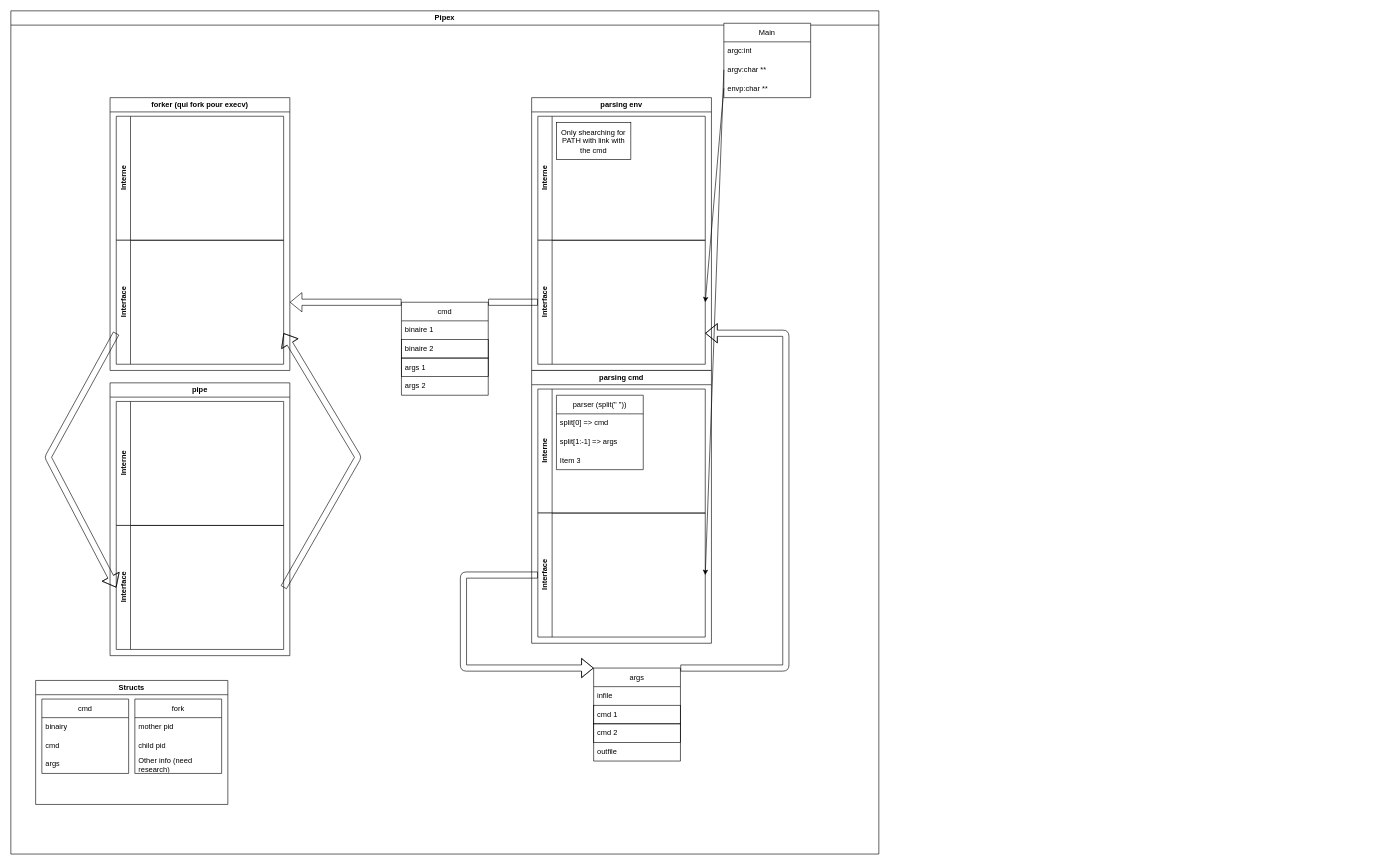
The draw.io diagram rank-2/pipex/pipex.drawio in Chahalor/40-to-home, before the edit. Source tidied: cells renumbered, new cells numbered last; positions are measured from the earlier drawing's top-left corner, leaving out a move shared by most shapes. Both pictures are drawn from the tidied source at 62%, with x=0, y=0 at pixel (11, 11).
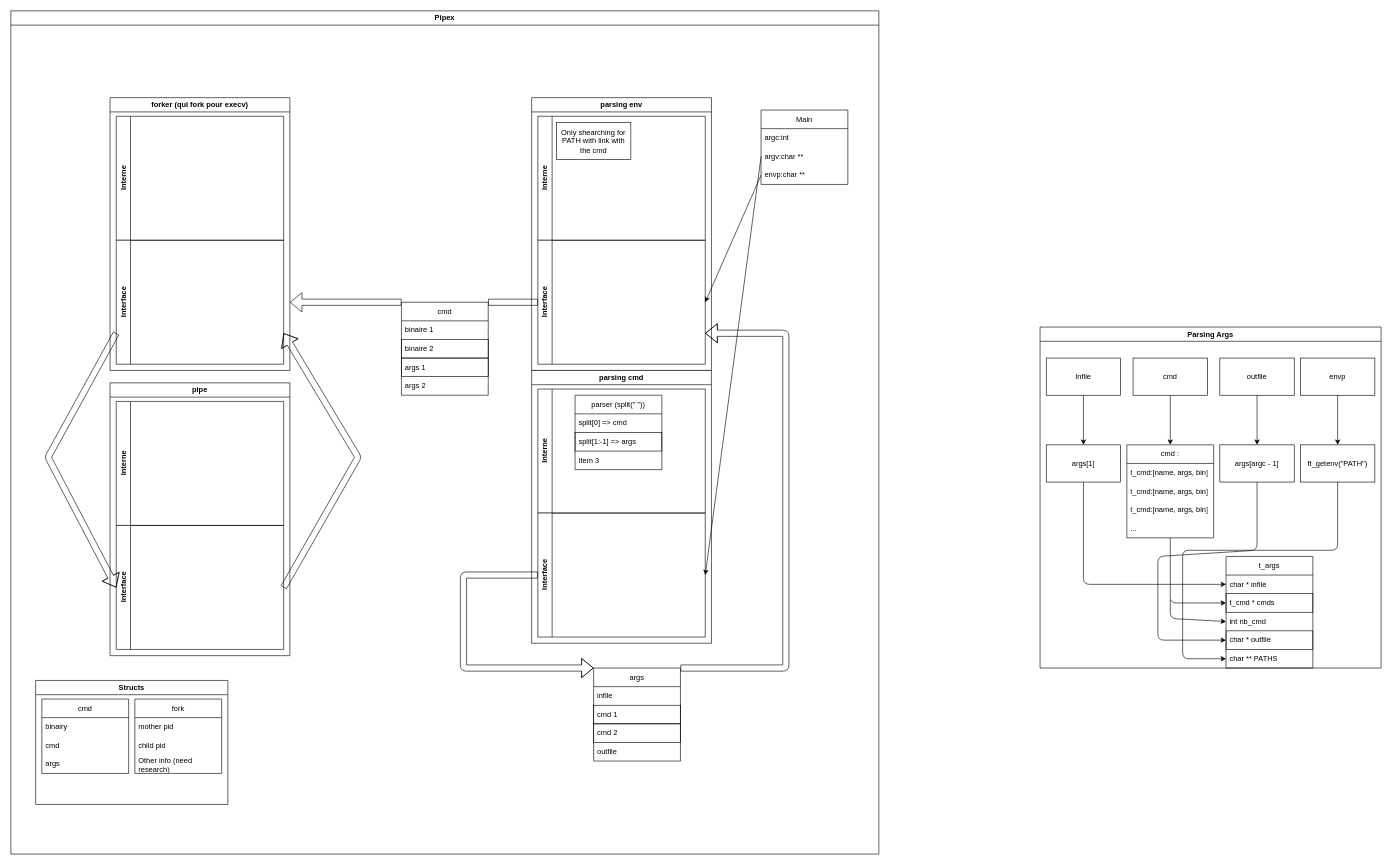
The same page after the edit.

The change refers to these unchanged cells:
```xml
<mxCell id="2" value="Pipex" style="swimlane;whiteSpace=wrap;html=1;" parent="1" vertex="1">
  <mxGeometry width="1400" height="1360" as="geometry" />
</mxCell>
<mxCell id="12" value="Interne" style="swimlane;horizontal=0;whiteSpace=wrap;html=1;" parent="11" vertex="1">
  <mxGeometry x="10" y="30" width="270" height="200" as="geometry" />
</mxCell>
```

Diff of the diagram source:
```diff
@@
     <mxCell id="3" value="Main" style="swimlane;fontStyle=0;horizontal=1;startSize=30;whiteSpace=wrap;html=1;" parent="2" vertex="1">
-      <mxGeometry x="1150" y="20" width="140" height="120" as="geometry" />
+      <mxGeometry x="1210" y="160" width="140" height="120" as="geometry" />
     </mxCell>
@@
     <mxCell id="13" value="parser (split(&quot; &quot;))" style="swimlane;fontStyle=0;horizontal=1;startSize=30;whiteSpace=wrap;html=1;" parent="12" vertex="1">
-      <mxGeometry x="30" y="10" width="140" height="120" as="geometry" />
+      <mxGeometry x="60" y="10" width="140" height="120" as="geometry" />
     </mxCell>
@@
-    <mxCell id="15" value="split[1:-1] =&amp;gt; args" style="text;strokeColor=none;fillColor=none;align=left;verticalAlign=middle;spacingLeft=4;spacingRight=4;overflow=hidden;whiteSpace=wrap;html=1;" parent="13" vertex="1">
+    <mxCell id="15" value="split[1:-1] =&amp;gt; args" style="text;strokeColor=default;fillColor=none;align=left;verticalAlign=middle;spacingLeft=4;spacingRight=4;overflow=hidden;whiteSpace=wrap;html=1;" parent="13" vertex="1">
       <mxGeometry y="60" width="140" height="30" as="geometry" />
     </mxCell>
@@
+    <mxCell id="51" value="Parsing Args" style="swimlane;whiteSpace=wrap;html=1;strokeColor=default;" parent="1" vertex="1">
+      <mxGeometry x="1660" y="510" width="550" height="550" as="geometry" />
+    </mxCell>
+    <mxCell id="52" style="edgeStyle=none;html=1;" parent="51" edge="1" source="53" target="59">
+      <mxGeometry relative="1" as="geometry" />
+    </mxCell>
+    <mxCell id="53" value="Infile" style="rounded=0;whiteSpace=wrap;html=1;strokeColor=default;" parent="51" vertex="1">
+      <mxGeometry x="10" y="50" width="120" height="60" as="geometry" />
+    </mxCell>
+    <mxCell id="54" style="edgeStyle=none;html=1;entryX=0.5;entryY=0;entryDx=0;entryDy=0;" parent="51" edge="1" source="55" target="63">
+      <mxGeometry relative="1" as="geometry" />
+    </mxCell>
+    <mxCell id="55" value="cmd" style="rounded=0;whiteSpace=wrap;html=1;strokeColor=default;" parent="51" vertex="1">
+      <mxGeometry x="150" y="50" width="120" height="60" as="geometry" />
+    </mxCell>
+    <mxCell id="56" style="edgeStyle=none;html=1;" parent="51" edge="1" source="57" target="61">
+      <mxGeometry relative="1" as="geometry" />
+    </mxCell>
+    <mxCell id="57" value="outfile" style="rounded=0;whiteSpace=wrap;html=1;strokeColor=default;" parent="51" vertex="1">
+      <mxGeometry x="290" y="50" width="120" height="60" as="geometry" />
+    </mxCell>
+    <mxCell id="58" style="edgeStyle=none;html=1;entryX=0;entryY=0.5;entryDx=0;entryDy=0;" parent="51" edge="1" source="59" target="73">
+      <mxGeometry relative="1" as="geometry">
+        <Array as="points">
+          <mxPoint x="70" y="415" />
+        </Array>
+      </mxGeometry>
+    </mxCell>
+    <mxCell id="59" value="args[1]" style="rounded=0;whiteSpace=wrap;html=1;strokeColor=default;" parent="51" vertex="1">
+      <mxGeometry x="10" y="190" width="120" height="60" as="geometry" />
+    </mxCell>
+    <mxCell id="60" style="edgeStyle=none;html=1;entryX=0;entryY=0.5;entryDx=0;entryDy=0;" parent="51" edge="1" source="61" target="76">
+      <mxGeometry relative="1" as="geometry">
+        <Array as="points">
+          <mxPoint x="350" y="360" />
+          <mxPoint x="190" y="370" />
+          <mxPoint x="190" y="505" />
+        </Array>
+      </mxGeometry>
+    </mxCell>
+    <mxCell id="61" value="args[argc - 1]" style="whiteSpace=wrap;html=1;rounded=0;" parent="51" vertex="1">
+      <mxGeometry x="290" y="190" width="120" height="60" as="geometry" />
+    </mxCell>
+    <mxCell id="62" style="edgeStyle=none;html=1;entryX=0;entryY=0.5;entryDx=0;entryDy=0;" parent="51" edge="1" source="63" target="74">
+      <mxGeometry relative="1" as="geometry">
+        <Array as="points">
+          <mxPoint x="210" y="445" />
+        </Array>
+      </mxGeometry>
+    </mxCell>
+    <mxCell id="63" value="cmd :" style="swimlane;fontStyle=0;horizontal=1;startSize=30;whiteSpace=wrap;html=1;strokeColor=default;" parent="51" vertex="1">
+      <mxGeometry x="140" y="190" width="140" height="150" as="geometry" />
+    </mxCell>
+    <mxCell id="64" value="t_cmd:[name, args, bin]" style="text;strokeColor=none;fillColor=none;align=left;verticalAlign=middle;spacingLeft=4;spacingRight=4;overflow=hidden;whiteSpace=wrap;html=1;" parent="63" vertex="1">
+      <mxGeometry y="30" width="140" height="30" as="geometry" />
+    </mxCell>
+    <mxCell id="65" value="t_cmd:[name, args, bin]" style="text;strokeColor=none;fillColor=none;align=left;verticalAlign=middle;spacingLeft=4;spacingRight=4;overflow=hidden;whiteSpace=wrap;html=1;" parent="63" vertex="1">
+      <mxGeometry y="60" width="140" height="30" as="geometry" />
+    </mxCell>
+    <mxCell id="66" value="t_cmd:[name, args, bin]" style="text;strokeColor=none;fillColor=none;align=left;verticalAlign=middle;spacingLeft=4;spacingRight=4;overflow=hidden;whiteSpace=wrap;html=1;" parent="63" vertex="1">
+      <mxGeometry y="90" width="140" height="30" as="geometry" />
+    </mxCell>
+    <mxCell id="67" value="..." style="text;strokeColor=none;fillColor=none;align=left;verticalAlign=middle;spacingLeft=4;spacingRight=4;overflow=hidden;whiteSpace=wrap;html=1;" parent="63" vertex="1">
+      <mxGeometry y="120" width="140" height="30" as="geometry" />
+    </mxCell>
+    <mxCell id="68" style="edgeStyle=none;html=1;" parent="51" edge="1" source="69" target="71">
+      <mxGeometry relative="1" as="geometry" />
+    </mxCell>
+    <mxCell id="69" value="envp" style="rounded=0;whiteSpace=wrap;html=1;strokeColor=default;" parent="51" vertex="1">
+      <mxGeometry x="420" y="50" width="120" height="60" as="geometry" />
+    </mxCell>
+    <mxCell id="70" style="edgeStyle=none;html=1;entryX=0;entryY=0.5;entryDx=0;entryDy=0;" parent="51" edge="1" source="71" target="77">
+      <mxGeometry relative="1" as="geometry">
+        <Array as="points">
+          <mxPoint x="480" y="360" />
+          <mxPoint x="230" y="360" />
+          <mxPoint x="230" y="535" />
+        </Array>
+      </mxGeometry>
+    </mxCell>
+    <mxCell id="71" value="ft_getenv(&quot;PATH&quot;)" style="whiteSpace=wrap;html=1;rounded=0;" parent="51" vertex="1">
+      <mxGeometry x="420" y="190" width="120" height="60" as="geometry" />
+    </mxCell>
+    <mxCell id="72" value="t_args" style="swimlane;fontStyle=0;horizontal=1;startSize=30;whiteSpace=wrap;html=1;strokeColor=default;" parent="51" vertex="1">
+      <mxGeometry x="300" y="370" width="140" height="180" as="geometry" />
+    </mxCell>
+    <mxCell id="73" value="char * infile" style="text;strokeColor=none;fillColor=none;align=left;verticalAlign=middle;spacingLeft=4;spacingRight=4;overflow=hidden;points=[[0,0.5],[1,0.5]];portConstraint=eastwest;whiteSpace=wrap;html=1;" parent="72" vertex="1">
+      <mxGeometry y="30" width="140" height="30" as="geometry" />
+    </mxCell>
+    <mxCell id="74" value="t_cmd * cmds" style="text;strokeColor=default;fillColor=none;align=left;verticalAlign=middle;spacingLeft=4;spacingRight=4;overflow=hidden;points=[[0,0.5],[1,0.5]];portConstraint=eastwest;whiteSpace=wrap;html=1;" parent="72" vertex="1">
+      <mxGeometry y="60" width="140" height="30" as="geometry" />
+    </mxCell>
+    <mxCell id="75" value="int nb_cmd" style="text;strokeColor=none;fillColor=none;align=left;verticalAlign=middle;spacingLeft=4;spacingRight=4;overflow=hidden;points=[[0,0.5],[1,0.5]];portConstraint=eastwest;whiteSpace=wrap;html=1;" parent="72" vertex="1">
+      <mxGeometry y="90" width="140" height="30" as="geometry" />
+    </mxCell>
+    <mxCell id="76" value="char * outfile" style="text;strokeColor=default;fillColor=none;align=left;verticalAlign=middle;spacingLeft=4;spacingRight=4;overflow=hidden;points=[[0,0.5],[1,0.5]];portConstraint=eastwest;whiteSpace=wrap;html=1;" parent="72" vertex="1">
+      <mxGeometry y="120" width="140" height="30" as="geometry" />
+    </mxCell>
+    <mxCell id="77" value="char ** PATHS" style="text;strokeColor=none;fillColor=none;align=left;verticalAlign=middle;spacingLeft=4;spacingRight=4;overflow=hidden;points=[[0,0.5],[1,0.5]];portConstraint=eastwest;whiteSpace=wrap;html=1;" parent="72" vertex="1">
+      <mxGeometry y="150" width="140" height="30" as="geometry" />
+    </mxCell>
+    <mxCell id="78" style="endArrow=classic;html=1;entryX=0;entryY=0.5;entryDx=0;entryDy=0;" parent="51" edge="1" target="75">
+      <mxGeometry relative="1" as="geometry">
+        <mxPoint x="210" y="440" as="sourcePoint" />
+        <Array as="points">
+          <mxPoint x="210" y="470" />
+        </Array>
+      </mxGeometry>
+    </mxCell>
```
